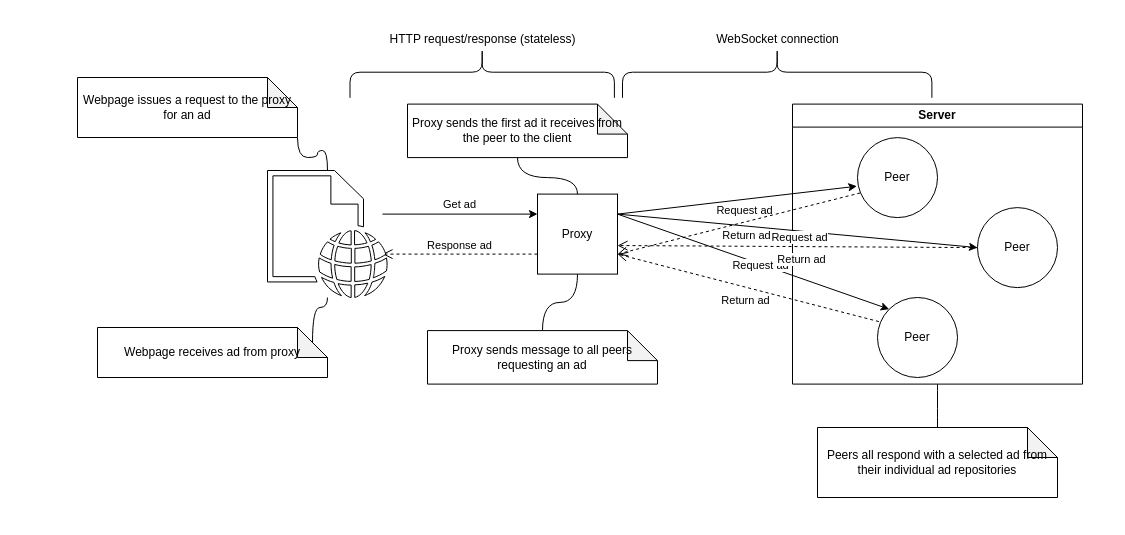
The draw.io diagram docs/architecture/arch.drawio in bgunson/as, before the edit. Source tidied: cells renumbered, new cells numbered last; positions are measured from the earlier drawing's top-left corner, leaving out a move shared by most shapes. Both pictures are drawn from the tidied source at 100%, with x=0, y=0 at pixel (77, -83).
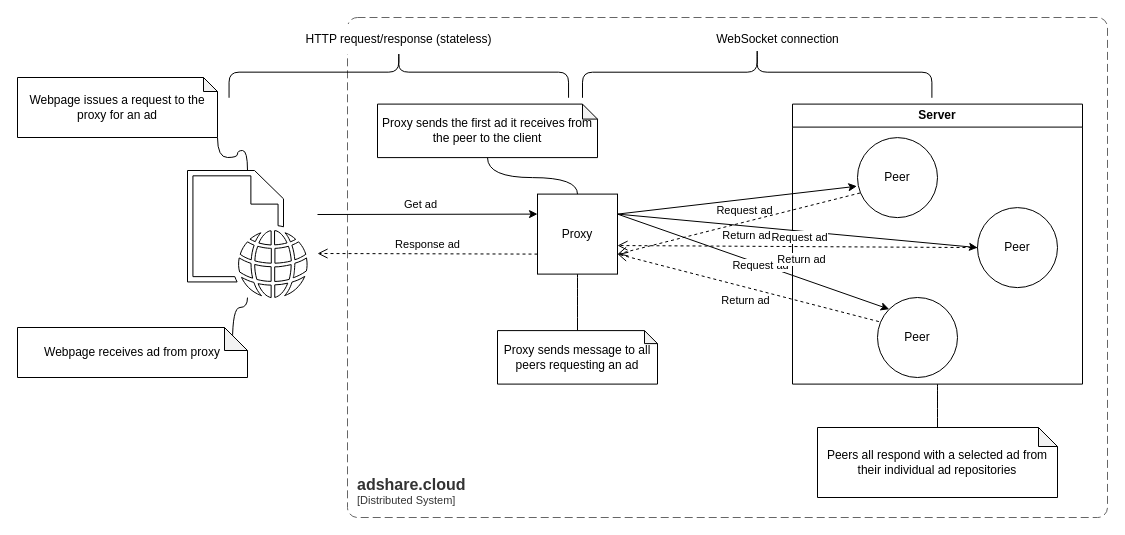
The same diagram, later.

Unchanged cells that the change refers to:
```xml
<mxCell id="7" value="Proxy" style="whiteSpace=wrap;html=1;" parent="1" vertex="1">
  <mxGeometry x="460" y="276.6" width="80" height="80" as="geometry" />
</mxCell>
```

The edit, as a diff of the source:
```diff
@@
+    <object id="34" label="&lt;font style=&quot;font-size: 16px&quot;&gt;&lt;b&gt;&lt;div style=&quot;text-align: left&quot;&gt;%c4Name%&lt;/div&gt;&lt;/b&gt;&lt;/font&gt;&lt;div style=&quot;text-align: left&quot;&gt;[%c4Application%]&lt;/div&gt;" c4Application="Distributed System" c4Name="adshare.cloud" placeholders="1">
+      <mxCell style="rounded=1;fontSize=11;whiteSpace=wrap;html=1;dashed=1;arcSize=20;fillColor=none;strokeColor=#666666;fontColor=#333333;labelBackgroundColor=none;align=left;verticalAlign=bottom;labelBorderColor=none;spacingTop=0;spacing=10;dashPattern=8 4;perimeter=rectanglePerimeter;noLabel=0;labelPadding=0;absoluteArcSize=1;" parent="1" vertex="1">
+        <mxGeometry x="270" y="100" width="760" height="500" as="geometry" />
+      </mxCell>
+    </object>
     <mxCell id="2" style="edgeStyle=none;html=1;entryX=0;entryY=0.25;entryDx=0;entryDy=0;" parent="1" edge="1" target="7">
       <mxGeometry relative="1" as="geometry">
-        <mxPoint x="305" y="296.6" as="sourcePoint" />
+        <mxPoint x="240" y="297" as="sourcePoint" />
       </mxGeometry>
     </mxCell>
@@
     <mxCell id="13" value="Response ad" style="html=1;verticalAlign=bottom;endArrow=open;dashed=1;endSize=8;exitX=0;exitY=0.75;exitDx=0;exitDy=0;" parent="1" edge="1" source="7">
       <mxGeometry relative="1" as="geometry">
-        <mxPoint x="305" y="336.6" as="targetPoint" />
+        <mxPoint x="240" y="336" as="targetPoint" />
       </mxGeometry>
     </mxCell>
@@
     <mxCell id="15" style="shape=curlyBracket;whiteSpace=wrap;html=1;rounded=1;flipH=1;labelPosition=right;verticalLabelPosition=middle;align=left;verticalAlign=middle;rotation=-90;" parent="1" vertex="1">
-      <mxGeometry x="379.1" y="22.5" width="51.2" height="264.4" as="geometry" />
+      <mxGeometry x="295.7" y="-15.1" width="51.2" height="339.5" as="geometry" />
     </mxCell>
     <mxCell id="16" style="shape=curlyBracket;whiteSpace=wrap;html=1;rounded=1;flipH=1;labelPosition=right;verticalLabelPosition=middle;align=left;verticalAlign=middle;rotation=-90;" parent="1" vertex="1">
-      <mxGeometry x="674.1" width="51.2" height="309.4" as="geometry" />
+      <mxGeometry x="654.1" y="-20" width="51.2" height="349.4" as="geometry" />
     </mxCell>
@@
-    <mxCell id="18" value="HTTP request/response (stateless)" style="text;html=1;align=center;verticalAlign=middle;strokeColor=none;fillColor=none;" parent="1" vertex="1">
-      <mxGeometry x="300.3" y="106.5" width="210" height="30" as="geometry" />
+    <mxCell id="18" value="HTTP request/response (stateless)" style="text;html=1;align=center;verticalAlign=middle;strokeColor=none;fillColor=default;" parent="1" vertex="1">
+      <mxGeometry x="216.3" y="106.5" width="210" height="30" as="geometry" />
     </mxCell>
     <mxCell id="19" style="sketch=0;shadow=0;dashed=0;html=1;labelPosition=center;verticalLabelPosition=bottom;verticalAlign=top;outlineConnect=0;align=center;shape=mxgraph.office.concepts.web_page;" parent="1" vertex="1">
-      <mxGeometry x="190" y="253" width="120" height="127.1" as="geometry" />
+      <mxGeometry x="110" y="253" width="120" height="127.1" as="geometry" />
     </mxCell>
@@
-    <mxCell id="27" value="Webpage issues a request to the proxy for an ad" style="shape=note;whiteSpace=wrap;html=1;backgroundOutline=1;darkOpacity=0.05;" parent="1" vertex="1">
-      <mxGeometry y="160" width="220" height="60" as="geometry" />
+    <mxCell id="27" value="Webpage issues a request to the proxy for an ad" style="shape=note;whiteSpace=wrap;html=1;backgroundOutline=1;darkOpacity=0.05;size=14;" parent="1" vertex="1">
+      <mxGeometry x="-60" y="160" width="200" height="60" as="geometry" />
     </mxCell>
@@
-    <mxCell id="29" value="Webpage receives ad from proxy" style="shape=note;whiteSpace=wrap;html=1;backgroundOutline=1;darkOpacity=0.05;" parent="1" vertex="1">
-      <mxGeometry x="20" y="410" width="230" height="50" as="geometry" />
+    <mxCell id="29" value="Webpage receives ad from proxy" style="shape=note;whiteSpace=wrap;html=1;backgroundOutline=1;darkOpacity=0.05;size=23;" parent="1" vertex="1">
+      <mxGeometry x="-60" y="410" width="230" height="50" as="geometry" />
     </mxCell>
-    <mxCell id="30" value="Proxy sends message to all peers requesting an ad" style="shape=note;whiteSpace=wrap;html=1;backgroundOutline=1;darkOpacity=0.05;" parent="1" vertex="1">
-      <mxGeometry x="350" y="413.1" width="230" height="53.5" as="geometry" />
+    <mxCell id="30" value="Proxy sends message to all peers requesting an ad" style="shape=note;whiteSpace=wrap;html=1;backgroundOutline=1;darkOpacity=0.05;size=13;" parent="1" vertex="1">
+      <mxGeometry x="420" y="413.1" width="160" height="53.5" as="geometry" />
     </mxCell>
-    <mxCell id="31" value="Peers all respond with a selected ad from their individual ad repositories" style="shape=note;whiteSpace=wrap;html=1;backgroundOutline=1;darkOpacity=0.05;" parent="1" vertex="1">
+    <mxCell id="31" value="Peers all respond with a selected ad from their individual ad repositories" style="shape=note;whiteSpace=wrap;html=1;backgroundOutline=1;darkOpacity=0.05;size=19;" parent="1" vertex="1">
       <mxGeometry x="740" y="510" width="240" height="70" as="geometry" />
     </mxCell>
@@
-    <mxCell id="33" value="Proxy sends the first ad it receives from the peer to the client" style="shape=note;whiteSpace=wrap;html=1;backgroundOutline=1;darkOpacity=0.05;" parent="1" vertex="1">
-      <mxGeometry x="330" y="186.6" width="220" height="53.5" as="geometry" />
+    <mxCell id="33" value="Proxy sends the first ad it receives from the peer to the client" style="shape=note;whiteSpace=wrap;html=1;backgroundOutline=1;darkOpacity=0.05;size=15;" parent="1" vertex="1">
+      <mxGeometry x="300" y="186.6" width="220" height="53.5" as="geometry" />
     </mxCell>
```
